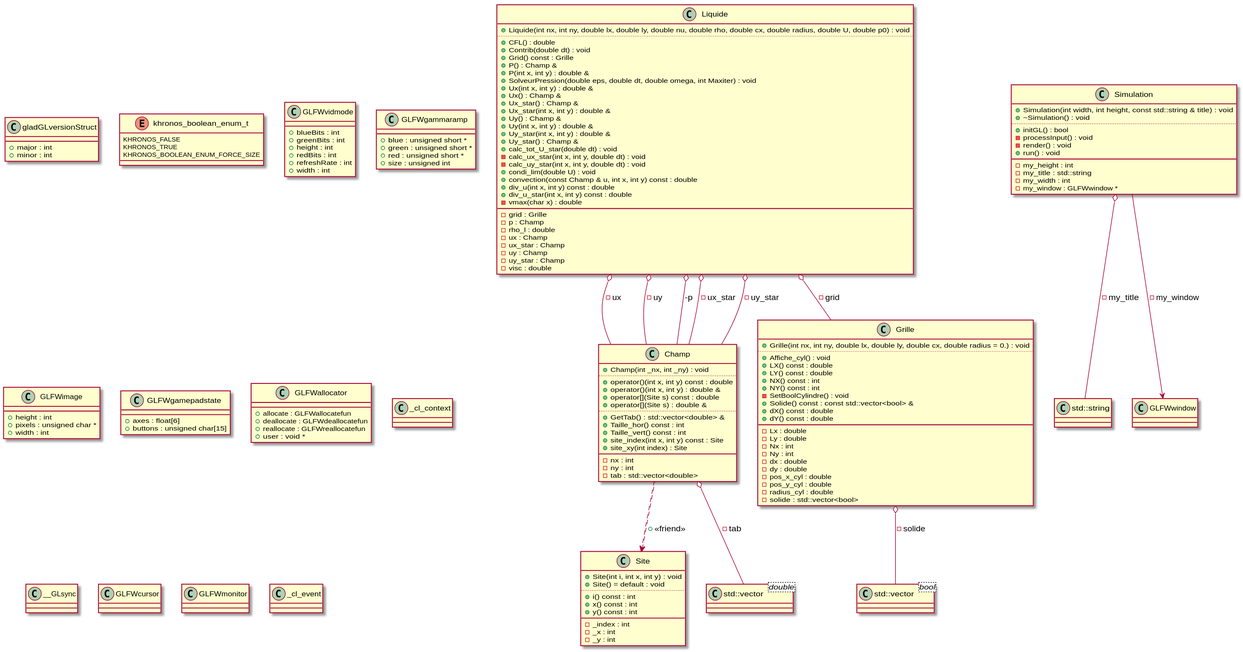
Above: diagrams/uml_diagram.svg in loftyramitsu/crazy_cylinder (PlantUML), before the change.
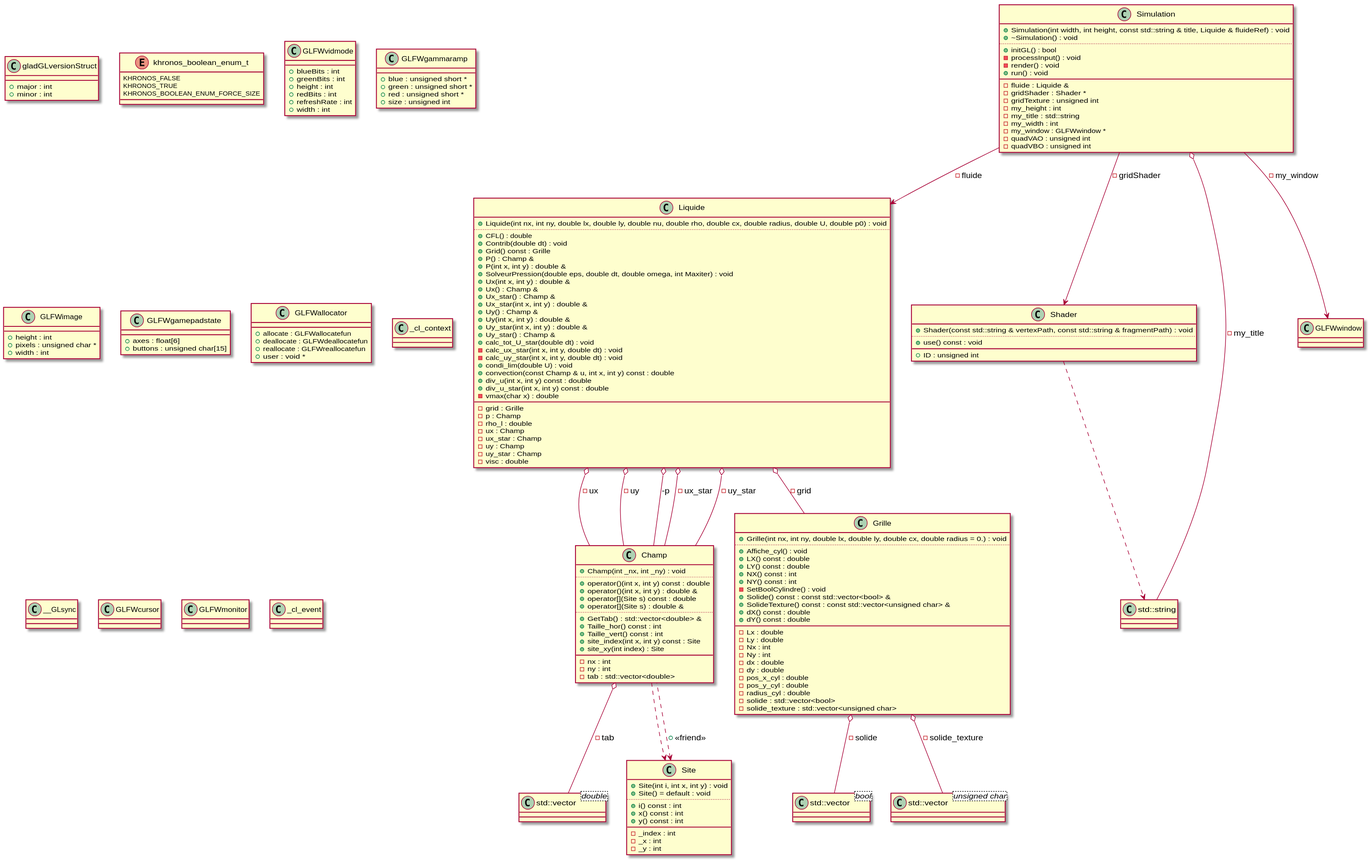
After the change.

Commit message:
new uml diagrams

Diff of the diagram source:
```diff
@@ -5,6 +5,10 @@
 }
 class "std::vector<bool>" as C_0002045887772729987855
 class C_0002045887772729987855 {
+__
+}
+class "std::vector<unsigned char>" as C_0009908137448451672034
+class C_0009908137448451672034 {
 __
 }
 class "std::string" as C_0001275076681856179721
@@ -54,6 +58,7 @@
 +NY() const : int
 -SetBoolCylindre() : void
 +Solide() const : const std::vector<bool> &
++SolideTexture() const : const std::vector<unsigned char> &
 +dX() const : double
 +dY() const : double
 __
@@ -67,6 +72,7 @@
 -pos_y_cyl : double
 -radius_cyl : double
 -solide : std::vector<bool>
+-solide_texture : std::vector<unsigned char>
 }
 class "Liquide" as C_0011212354420224549405
 class C_0011212354420224549405 {
@@ -155,9 +161,17 @@
 +reallocate : GLFWreallocatefun
 +user : void *
 }
+class "Shader" as C_0014899929896336503560
+class C_0014899929896336503560 {
++Shader(const std::string & vertexPath, const std::string & fragmentPath) : void
+..
++use() const : void
+__
++ID : unsigned int
+}
 class "Simulation" as C_0009672375814248942351
 class C_0009672375814248942351 {
-+Simulation(int width, int height, const std::string & title) : void
++Simulation(int width, int height, const std::string & title, Liquide & fluideRef) : void
 +~Simulation() : void
 ..
 +initGL() : bool
@@ -165,10 +179,15 @@
 -render() : void
 +run() : void
 __
+-fluide : Liquide &
+-gridShader : Shader *
+-gridTexture : unsigned int
 -my_height : int
 -my_title : std::string
 -my_width : int
 -my_window : GLFWwindow *
+-quadVAO : unsigned int
+-quadVBO : unsigned int
 }
 class "_cl_context" as C_0005505353034777529899
 class C_0005505353034777529899 {
@@ -198,13 +217,17 @@
 C_0002403819096973212324 ..> C_0001423274317303257258
 C_0002403819096973212324 o-- C_0011328605021903071752 : -tab
 C_0003792196203829448009 o-- C_0002045887772729987855 : -solide
+C_0003792196203829448009 o-- C_0009908137448451672034 : -solide_texture
 C_0011212354420224549405 o-- C_0003792196203829448009 : -grid
 C_0011212354420224549405 o-- C_0002403819096973212324 : -ux
 C_0011212354420224549405 o-- C_0002403819096973212324 : -uy
 C_0011212354420224549405 o-- C_0002403819096973212324 : -p
 C_0011212354420224549405 o-- C_0002403819096973212324 : -ux_star
 C_0011212354420224549405 o-- C_0002403819096973212324 : -uy_star
+C_0014899929896336503560 ..> C_0001275076681856179721
 C_0009672375814248942351 o-- C_0001275076681856179721 : -my_title
 C_0009672375814248942351 --> C_0008434725962297335764 : -my_window
+C_0009672375814248942351 --> C_0014899929896336503560 : -gridShader
+C_0009672375814248942351 --> C_0011212354420224549405 : -fluide
 
 @enduml
```
